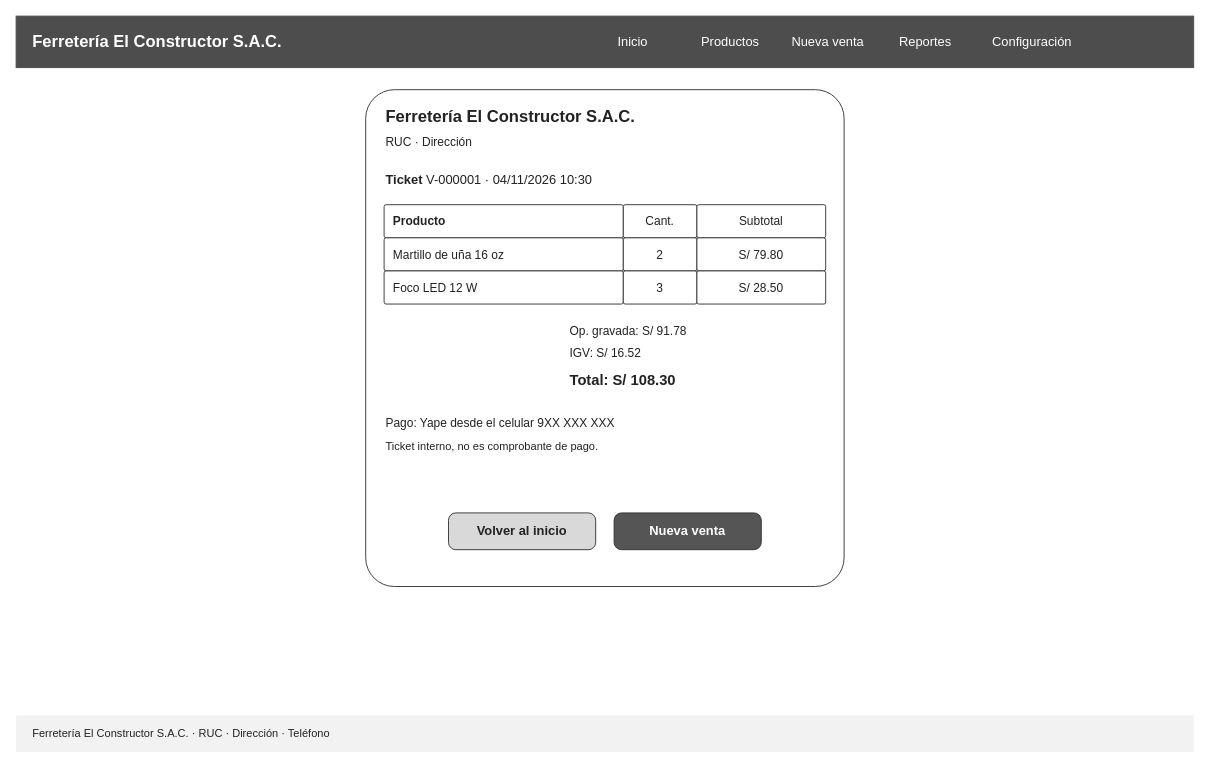
Earlier version of the draw.io diagram page "Nueva venta (computadora)" (5 of 17) of docs/bocetos/ferreteria-bocetos.drawio (oropezadev-wq/ferreteria-ventas). Source tidied: cells renumbered, new cells numbered last; positions are measured from the earlier drawing's top-left corner, leaving out a move shared by most shapes. Both pictures are drawn from the tidied source at 92%, with x=0, y=0 at pixel (16, 16).
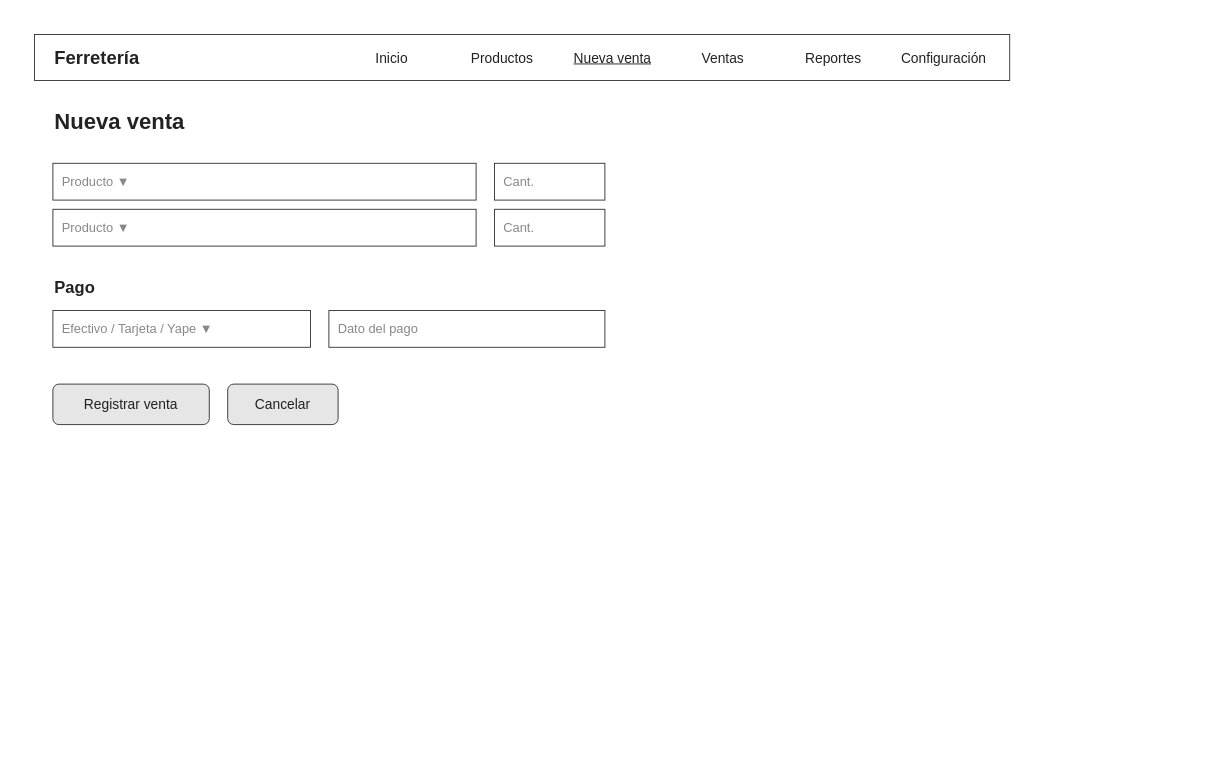
After the change.

What changed in the source:
```diff
@@
-    <mxCell id="2" value="Ferretería El Constructor S.A.C." style="rounded=0;whiteSpace=wrap;html=1;fillColor=#4D4D4D;strokeColor=#4D4D4D;fontColor=#FFFFFF;fontFamily=Arial;align=left;spacingLeft=16;fontStyle=1;fontSize=18;" parent="1" vertex="1">
-      <mxGeometry width="1280" height="56" as="geometry" />
+    <mxCell id="2" style="rounded=0;whiteSpace=wrap;html=1;fillColor=none;fontFamily=Helvetica;fontColor=#222222;strokeColor=#333333;fontSize=14;" parent="1" vertex="1">
+      <mxGeometry x="20" y="20" width="1060" height="50" as="geometry" />
     </mxCell>
-    <mxCell id="3" value="Inicio" style="text;html=1;align=center;verticalAlign=middle;fontFamily=Arial;fontColor=#FFFFFF;fontSize=14;" parent="1" vertex="1">
-      <mxGeometry x="620" y="12" width="100" height="32" as="geometry" />
+    <mxCell id="3" value="Ferretería" style="text;html=1;align=left;verticalAlign=middle;whiteSpace=wrap;fontFamily=Helvetica;fontColor=#222222;fontStyle=1;fontSize=20;" parent="1" vertex="1">
+      <mxGeometry x="40" y="25" width="300" height="40" as="geometry" />
     </mxCell>
-    <mxCell id="4" value="Productos" style="text;html=1;align=center;verticalAlign=middle;fontFamily=Arial;fontColor=#FFFFFF;fontSize=14;" parent="1" vertex="1">
-      <mxGeometry x="726" y="12" width="100" height="32" as="geometry" />
+    <mxCell id="4" value="Inicio" style="text;html=1;align=center;verticalAlign=middle;fontFamily=Helvetica;fontColor=#222222;fontSize=15;" parent="1" vertex="1">
+      <mxGeometry x="350" y="30" width="116" height="30" as="geometry" />
     </mxCell>
-    <mxCell id="5" value="Nueva venta" style="text;html=1;align=center;verticalAlign=middle;fontFamily=Arial;fontColor=#FFFFFF;fontSize=14;" parent="1" vertex="1">
-      <mxGeometry x="832" y="12" width="100" height="32" as="geometry" />
+    <mxCell id="5" value="Productos" style="text;html=1;align=center;verticalAlign=middle;fontFamily=Helvetica;fontColor=#222222;fontSize=15;" parent="1" vertex="1">
+      <mxGeometry x="470" y="30" width="116" height="30" as="geometry" />
     </mxCell>
-    <mxCell id="6" value="Reportes" style="text;html=1;align=center;verticalAlign=middle;fontFamily=Arial;fontColor=#FFFFFF;fontSize=14;" parent="1" vertex="1">
-      <mxGeometry x="938" y="12" width="100" height="32" as="geometry" />
+    <mxCell id="6" value="&lt;u&gt;Nueva venta&lt;/u&gt;" style="text;html=1;align=center;verticalAlign=middle;fontFamily=Helvetica;fontColor=#222222;fontSize=15;" parent="1" vertex="1">
+      <mxGeometry x="590" y="30" width="116" height="30" as="geometry" />
     </mxCell>
-    <mxCell id="7" value="Configuración" style="text;html=1;align=center;verticalAlign=middle;fontFamily=Arial;fontColor=#FFFFFF;fontSize=14;" parent="1" vertex="1">
-      <mxGeometry x="1044" y="12" width="120" height="32" as="geometry" />
+    <mxCell id="7" value="Ventas" style="text;html=1;align=center;verticalAlign=middle;fontFamily=Helvetica;fontColor=#222222;fontSize=15;" parent="1" vertex="1">
+      <mxGeometry x="710" y="30" width="116" height="30" as="geometry" />
     </mxCell>
-    <mxCell id="8" value="Ferretería El Constructor S.A.C. · RUC · Dirección · Teléfono" style="text;html=1;align=left;verticalAlign=middle;whiteSpace=wrap;fontFamily=Arial;fontColor=#222222;fillColor=#F2F2F2;spacingLeft=16;fontSize=12;" parent="1" vertex="1">
-      <mxGeometry y="760" width="1280" height="40" as="geometry" />
+    <mxCell id="8" value="Reportes" style="text;html=1;align=center;verticalAlign=middle;fontFamily=Helvetica;fontColor=#222222;fontSize=15;" parent="1" vertex="1">
+      <mxGeometry x="830" y="30" width="116" height="30" as="geometry" />
     </mxCell>
-    <mxCell id="9" style="rounded=1;arcSize=6;whiteSpace=wrap;html=1;fillColor=#FFFFFF;strokeColor=#333333;fontFamily=Arial;fontColor=#222222;fontSize=14;" parent="1" vertex="1">
-      <mxGeometry x="380" y="80" width="520" height="540" as="geometry" />
+    <mxCell id="9" value="Configuración" style="text;html=1;align=center;verticalAlign=middle;fontFamily=Helvetica;fontColor=#222222;fontSize=15;" parent="1" vertex="1">
+      <mxGeometry x="950" y="30" width="116" height="30" as="geometry" />
     </mxCell>
-    <mxCell id="10" value="&lt;div style='text-align:center'&gt;&lt;b&gt;Ferretería El Constructor S.A.C.&lt;/b&gt;&lt;/div&gt;" style="text;html=1;align=left;verticalAlign=middle;whiteSpace=wrap;fontFamily=Arial;fontColor=#222222;fontSize=18;" parent="1" vertex="1">
-      <mxGeometry x="400" y="95" width="480" height="30" as="geometry" />
+    <mxCell id="10" value="Nueva venta" style="text;html=1;align=left;verticalAlign=middle;whiteSpace=wrap;fontFamily=Helvetica;fontColor=#222222;fontStyle=1;fontSize=24;" parent="1" vertex="1">
+      <mxGeometry x="40" y="95" width="400" height="40" as="geometry" />
     </mxCell>
-    <mxCell id="11" value="&lt;div style='text-align:center'&gt;RUC · Dirección&lt;/div&gt;" style="text;html=1;align=left;verticalAlign=middle;whiteSpace=wrap;fontFamily=Arial;fontColor=#222222;fontSize=13;" parent="1" vertex="1">
-      <mxGeometry x="400" y="125" width="480" height="24" as="geometry" />
+    <mxCell id="11" value="Producto ▼" style="rounded=0;whiteSpace=wrap;html=1;fillColor=none;align=left;spacingLeft=8;fontFamily=Helvetica;fontColor=#888888;strokeColor=#333333;fontSize=14;" parent="1" vertex="1">
+      <mxGeometry x="40" y="160" width="460" height="40" as="geometry" />
     </mxCell>
-    <mxCell id="12" value="&lt;b&gt;Ticket&lt;/b&gt; V-000001 · 04/11/2026 10:30" style="text;html=1;align=left;verticalAlign=middle;whiteSpace=wrap;fontFamily=Arial;fontColor=#222222;fontSize=14;" parent="1" vertex="1">
-      <mxGeometry x="400" y="165" width="480" height="26" as="geometry" />
+    <mxCell id="12" value="Cant." style="rounded=0;whiteSpace=wrap;html=1;fillColor=none;align=left;spacingLeft=8;fontFamily=Helvetica;fontColor=#888888;strokeColor=#333333;fontSize=14;" parent="1" vertex="1">
+      <mxGeometry x="520" y="160" width="120" height="40" as="geometry" />
     </mxCell>
-    <mxCell id="13" value="&lt;b&gt;Producto&lt;/b&gt;" style="rounded=1;arcSize=6;whiteSpace=wrap;html=1;fillColor=#FFFFFF;strokeColor=#333333;fontFamily=Arial;fontColor=#222222;align=left;spacingLeft=8;fontSize=13;" parent="1" vertex="1">
-      <mxGeometry x="400" y="205" width="260" height="36" as="geometry" />
+    <mxCell id="13" value="Producto ▼" style="rounded=0;whiteSpace=wrap;html=1;fillColor=none;align=left;spacingLeft=8;fontFamily=Helvetica;fontColor=#888888;strokeColor=#333333;fontSize=14;" parent="1" vertex="1">
+      <mxGeometry x="40" y="210" width="460" height="40" as="geometry" />
     </mxCell>
-    <mxCell id="14" value="Cant." style="rounded=1;arcSize=6;whiteSpace=wrap;html=1;fillColor=#FFFFFF;strokeColor=#333333;fontFamily=Arial;fontColor=#222222;fontSize=13;" parent="1" vertex="1">
-      <mxGeometry x="660" y="205" width="80" height="36" as="geometry" />
+    <mxCell id="14" value="Cant." style="rounded=0;whiteSpace=wrap;html=1;fillColor=none;align=left;spacingLeft=8;fontFamily=Helvetica;fontColor=#888888;strokeColor=#333333;fontSize=14;" parent="1" vertex="1">
+      <mxGeometry x="520" y="210" width="120" height="40" as="geometry" />
     </mxCell>
-    <mxCell id="15" value="Subtotal" style="rounded=1;arcSize=6;whiteSpace=wrap;html=1;fillColor=#FFFFFF;strokeColor=#333333;fontFamily=Arial;fontColor=#222222;fontSize=13;" parent="1" vertex="1">
-      <mxGeometry x="740" y="205" width="140" height="36" as="geometry" />
+    <mxCell id="15" value="Pago" style="text;html=1;align=left;verticalAlign=middle;whiteSpace=wrap;fontFamily=Helvetica;fontColor=#222222;fontStyle=1;fontSize=18;" parent="1" vertex="1">
+      <mxGeometry x="40" y="280" width="300" height="30" as="geometry" />
     </mxCell>
-    <mxCell id="16" value="Martillo de uña 16 oz" style="rounded=1;arcSize=6;whiteSpace=wrap;html=1;fillColor=#FFFFFF;strokeColor=#333333;fontFamily=Arial;fontColor=#222222;align=left;spacingLeft=8;fontSize=13;" parent="1" vertex="1">
-      <mxGeometry x="400" y="241" width="260" height="36" as="geometry" />
+    <mxCell id="16" value="Efectivo / Tarjeta / Yape ▼" style="rounded=0;whiteSpace=wrap;html=1;fillColor=none;align=left;spacingLeft=8;fontFamily=Helvetica;fontColor=#888888;strokeColor=#333333;fontSize=14;" parent="1" vertex="1">
+      <mxGeometry x="40" y="320" width="280" height="40" as="geometry" />
     </mxCell>
-    <mxCell id="17" value="2" style="rounded=1;arcSize=6;whiteSpace=wrap;html=1;fillColor=#FFFFFF;strokeColor=#333333;fontFamily=Arial;fontColor=#222222;fontSize=13;" parent="1" vertex="1">
-      <mxGeometry x="660" y="241" width="80" height="36" as="geometry" />
+    <mxCell id="17" value="Dato del pago" style="rounded=0;whiteSpace=wrap;html=1;fillColor=none;align=left;spacingLeft=8;fontFamily=Helvetica;fontColor=#888888;strokeColor=#333333;fontSize=14;" parent="1" vertex="1">
+      <mxGeometry x="340" y="320" width="300" height="40" as="geometry" />
     </mxCell>
-    <mxCell id="18" value="S/ 79.80" style="rounded=1;arcSize=6;whiteSpace=wrap;html=1;fillColor=#FFFFFF;strokeColor=#333333;fontFamily=Arial;fontColor=#222222;fontSize=13;" parent="1" vertex="1">
-      <mxGeometry x="740" y="241" width="140" height="36" as="geometry" />
+    <mxCell id="18" value="Registrar venta" style="rounded=1;whiteSpace=wrap;html=1;fillColor=#E6E6E6;fontFamily=Helvetica;fontColor=#222222;strokeColor=#333333;fontSize=15;" parent="1" vertex="1">
+      <mxGeometry x="40" y="400" width="170" height="44" as="geometry" />
     </mxCell>
-    <mxCell id="19" value="Foco LED 12 W" style="rounded=1;arcSize=6;whiteSpace=wrap;html=1;fillColor=#FFFFFF;strokeColor=#333333;fontFamily=Arial;fontColor=#222222;align=left;spacingLeft=8;fontSize=13;" parent="1" vertex="1">
-      <mxGeometry x="400" y="277" width="260" height="36" as="geometry" />
+    <mxCell id="19" value="Cancelar" style="rounded=1;whiteSpace=wrap;html=1;fillColor=#E6E6E6;fontFamily=Helvetica;fontColor=#222222;strokeColor=#333333;fontSize=15;" parent="1" vertex="1">
+      <mxGeometry x="230" y="400" width="120" height="44" as="geometry" />
     </mxCell>
-    <mxCell id="20" value="3" style="rounded=1;arcSize=6;whiteSpace=wrap;html=1;fillColor=#FFFFFF;strokeColor=#333333;fontFamily=Arial;fontColor=#222222;fontSize=13;" parent="1" vertex="1">
-      <mxGeometry x="660" y="277" width="80" height="36" as="geometry" />
-    </mxCell>
-    <mxCell id="21" value="S/ 28.50" style="rounded=1;arcSize=6;whiteSpace=wrap;html=1;fillColor=#FFFFFF;strokeColor=#333333;fontFamily=Arial;fontColor=#222222;fontSize=13;" parent="1" vertex="1">
-      <mxGeometry x="740" y="277" width="140" height="36" as="geometry" />
-    </mxCell>
-    <mxCell id="22" value="&lt;div style='text-align:right'&gt;Op. gravada: S/ 91.78&lt;/div&gt;" style="text;html=1;align=left;verticalAlign=middle;whiteSpace=wrap;fontFamily=Arial;fontColor=#222222;fontSize=13;" parent="1" vertex="1">
-      <mxGeometry x="600" y="330" width="280" height="24" as="geometry" />
-    </mxCell>
-    <mxCell id="23" value="&lt;div style='text-align:right'&gt;IGV: S/ 16.52&lt;/div&gt;" style="text;html=1;align=left;verticalAlign=middle;whiteSpace=wrap;fontFamily=Arial;fontColor=#222222;fontSize=13;" parent="1" vertex="1">
-      <mxGeometry x="600" y="354" width="280" height="24" as="geometry" />
-    </mxCell>
-    <mxCell id="24" value="&lt;div style='text-align:right'&gt;&lt;b&gt;Total: S/ 108.30&lt;/b&gt;&lt;/div&gt;" style="text;html=1;align=left;verticalAlign=middle;whiteSpace=wrap;fontFamily=Arial;fontColor=#222222;fontSize=16;" parent="1" vertex="1">
-      <mxGeometry x="600" y="380" width="280" height="30" as="geometry" />
-    </mxCell>
-    <mxCell id="25" value="Pago: Yape desde el celular 9XX XXX XXX" style="text;html=1;align=left;verticalAlign=middle;whiteSpace=wrap;fontFamily=Arial;fontColor=#222222;fontSize=13;" parent="1" vertex="1">
-      <mxGeometry x="400" y="430" width="480" height="24" as="geometry" />
-    </mxCell>
-    <mxCell id="26" value="Ticket interno, no es comprobante de pago." style="text;html=1;align=left;verticalAlign=middle;whiteSpace=wrap;fontFamily=Arial;fontColor=#222222;fontSize=12;" parent="1" vertex="1">
-      <mxGeometry x="400" y="456" width="480" height="24" as="geometry" />
-    </mxCell>
-    <mxCell id="27" value="Volver al inicio" style="rounded=1;arcSize=20;whiteSpace=wrap;html=1;fillColor=#D9D9D9;fontStyle=1;strokeColor=#333333;fontFamily=Arial;fontColor=#222222;fontSize=14;" parent="1" vertex="1">
-      <mxGeometry x="470" y="540" width="160" height="40" as="geometry" />
-    </mxCell>
-    <mxCell id="28" value="Nueva venta" style="rounded=1;arcSize=20;whiteSpace=wrap;html=1;fillColor=#555555;fontColor=#FFFFFF;fontStyle=1;strokeColor=#333333;fontFamily=Arial;fontSize=14;" parent="1" vertex="1">
-      <mxGeometry x="650" y="540" width="160" height="40" as="geometry" />
-    </mxCell>
```
